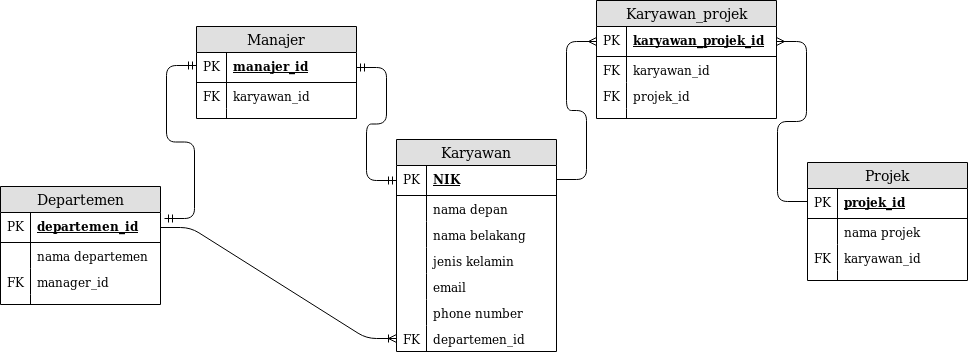
Above: karyawan_schema.png in infinite-fox-2019/all-relations-case-study (draw.io), before the change. Source tidied: cells renumbered, new cells last; positions are measured from the earlier drawing's top-left corner, leaving out a move shared by most shapes.
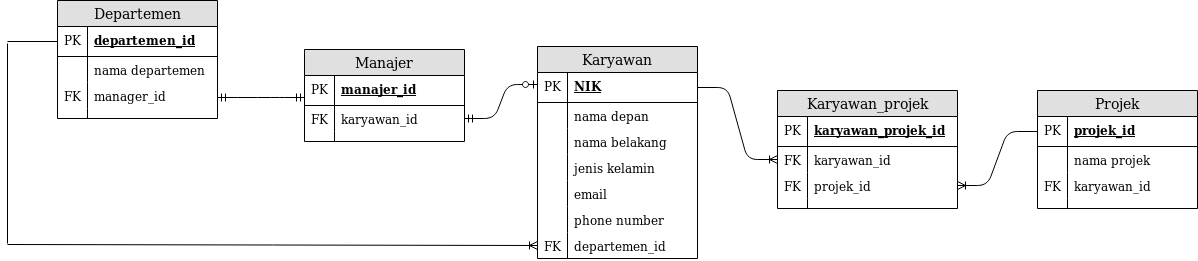
The same file after the commit.

The edit, as a diff of the source:
```diff
@@ -3,7 +3,7 @@
     <mxCell id="0" />
     <mxCell id="1" parent="0" />
     <mxCell id="2" value="Karyawan" style="swimlane;fontStyle=0;horizontal=1;startSize=26;fillColor=#e0e0e0;swimlaneFillColor=#ffffff;align=center;fontSize=14;" parent="1" vertex="1">
-      <mxGeometry x="396" y="139" width="160" height="212" as="geometry" />
+      <mxGeometry x="276" y="75" width="160" height="212" as="geometry" />
     </mxCell>
     <mxCell id="3" value="NIK" style="shape=partialRectangle;top=0;left=0;right=0;bottom=1;align=left;verticalAlign=middle;fillColor=none;spacingLeft=34;spacingRight=4;overflow=hidden;points=[[0,0.5],[1,0.5]];portConstraint=eastwest;fontStyle=5;fontSize=12;" parent="2" vertex="1">
       <mxGeometry y="26" width="160" height="30" as="geometry" />
@@ -48,7 +48,7 @@
       <mxGeometry width="30" height="26" as="geometry" />
     </mxCell>
     <mxCell id="17" value="Departemen" style="swimlane;fontStyle=0;horizontal=1;startSize=26;fillColor=#e0e0e0;swimlaneFillColor=#ffffff;align=center;fontSize=14;" parent="1" vertex="1">
-      <mxGeometry y="186" width="160" height="118" as="geometry" />
+      <mxGeometry x="-204" y="29" width="160" height="118" as="geometry" />
     </mxCell>
     <mxCell id="18" value="departemen_id" style="shape=partialRectangle;top=0;left=0;right=0;bottom=1;align=left;verticalAlign=middle;fillColor=none;spacingLeft=34;spacingRight=4;overflow=hidden;points=[[0,0.5],[1,0.5]];portConstraint=eastwest;fontStyle=5;fontSize=12;" parent="17" vertex="1">
       <mxGeometry y="26" width="160" height="30" as="geometry" />
@@ -75,7 +75,7 @@
       <mxGeometry width="30" height="10" as="geometry" />
     </mxCell>
     <mxCell id="26" value="Projek" style="swimlane;fontStyle=0;horizontal=1;startSize=26;fillColor=#e0e0e0;swimlaneFillColor=#ffffff;align=center;fontSize=14;" parent="1" vertex="1">
-      <mxGeometry x="807" y="162" width="160" height="118" as="geometry" />
+      <mxGeometry x="776" y="119" width="160" height="118" as="geometry" />
     </mxCell>
     <mxCell id="27" value="projek_id" style="shape=partialRectangle;top=0;left=0;right=0;bottom=1;align=left;verticalAlign=middle;fillColor=none;spacingLeft=34;spacingRight=4;overflow=hidden;points=[[0,0.5],[1,0.5]];portConstraint=eastwest;fontStyle=5;fontSize=12;" parent="26" vertex="1">
       <mxGeometry y="26" width="160" height="30" as="geometry" />
@@ -101,11 +101,8 @@
     <mxCell id="34" style="shape=partialRectangle;top=0;left=0;bottom=0;fillColor=none;align=left;verticalAlign=top;spacingLeft=4;spacingRight=4;overflow=hidden;fontSize=12;" parent="33" vertex="1">
       <mxGeometry width="30" height="10" as="geometry" />
     </mxCell>
-    <mxCell id="35" style="edgeStyle=entityRelationEdgeStyle;fontSize=12;html=1;endArrow=ERoneToMany;exitX=1;exitY=0.5;exitDx=0;exitDy=0;entryX=0;entryY=0.5;entryDx=0;entryDy=0;" parent="1" edge="1" source="18" target="15">
-      <mxGeometry relative="1" as="geometry" />
-    </mxCell>
     <mxCell id="36" value="Karyawan_projek" style="swimlane;fontStyle=0;horizontal=1;startSize=26;fillColor=#e0e0e0;swimlaneFillColor=#ffffff;align=center;fontSize=14;" parent="1" vertex="1">
-      <mxGeometry x="596" width="180" height="118" as="geometry" />
+      <mxGeometry x="516" y="119" width="180" height="118" as="geometry" />
     </mxCell>
     <mxCell id="37" value="karyawan_projek_id" style="shape=partialRectangle;top=0;left=0;right=0;bottom=1;align=left;verticalAlign=middle;fillColor=none;spacingLeft=34;spacingRight=4;overflow=hidden;points=[[0,0.5],[1,0.5]];portConstraint=eastwest;fontStyle=5;fontSize=12;" parent="36" vertex="1">
       <mxGeometry y="26" width="180" height="30" as="geometry" />
@@ -131,18 +128,8 @@
     <mxCell id="44" style="shape=partialRectangle;top=0;left=0;bottom=0;fillColor=none;align=left;verticalAlign=top;spacingLeft=4;spacingRight=4;overflow=hidden;fontSize=12;" parent="43" vertex="1">
       <mxGeometry width="30" height="10" as="geometry" />
     </mxCell>
-    <mxCell id="45" style="edgeStyle=entityRelationEdgeStyle;fontSize=12;html=1;endArrow=ERmany;entryX=0;entryY=0.5;entryDx=0;entryDy=0;" parent="1" edge="1" target="37">
-      <mxGeometry relative="1" as="geometry">
-        <mxPoint x="556" y="179" as="sourcePoint" />
-      </mxGeometry>
-    </mxCell>
-    <mxCell id="46" style="edgeStyle=entityRelationEdgeStyle;fontSize=12;html=1;endArrow=none;exitX=1;exitY=0.5;exitDx=0;exitDy=0;startArrow=ERmany;startFill=0;endFill=0;" parent="1" edge="1" source="37">
-      <mxGeometry relative="1" as="geometry">
-        <mxPoint x="807" y="201" as="targetPoint" />
-      </mxGeometry>
-    </mxCell>
     <mxCell id="47" value="Manajer" style="swimlane;fontStyle=0;horizontal=1;startSize=26;fillColor=#e0e0e0;swimlaneFillColor=#ffffff;align=center;fontSize=14;" parent="1" vertex="1">
-      <mxGeometry x="196" y="26" width="160" height="92" as="geometry" />
+      <mxGeometry x="43" y="78" width="160" height="92" as="geometry" />
     </mxCell>
     <mxCell id="48" value="manajer_id" style="shape=partialRectangle;top=0;left=0;right=0;bottom=1;align=left;verticalAlign=middle;fillColor=none;spacingLeft=34;spacingRight=4;overflow=hidden;points=[[0,0.5],[1,0.5]];portConstraint=eastwest;fontStyle=5;fontSize=12;" parent="47" vertex="1">
       <mxGeometry y="26" width="160" height="30" as="geometry" />
@@ -162,13 +149,37 @@
     <mxCell id="53" style="shape=partialRectangle;top=0;left=0;bottom=0;fillColor=none;align=left;verticalAlign=top;spacingLeft=4;spacingRight=4;overflow=hidden;fontSize=12;" parent="52" vertex="1">
       <mxGeometry width="30" height="10" as="geometry" />
     </mxCell>
-    <mxCell id="54" style="edgeStyle=entityRelationEdgeStyle;fontSize=12;html=1;endArrow=ERmandOne;startArrow=ERmandOne;exitX=1;exitY=0.5;exitDx=0;exitDy=0;entryX=0;entryY=0.5;entryDx=0;entryDy=0;" parent="1" edge="1" source="48" target="3">
-      <mxGeometry relative="1" as="geometry" />
-    </mxCell>
-    <mxCell id="55" style="edgeStyle=entityRelationEdgeStyle;fontSize=12;html=1;endArrow=ERmandOne;startArrow=ERmandOne;exitX=1.025;exitY=0.2;exitDx=0;exitDy=0;exitPerimeter=0;" parent="1" edge="1" source="18">
-      <mxGeometry relative="1" as="geometry">
-        <mxPoint x="196" y="65" as="targetPoint" />
-      </mxGeometry>
-    </mxCell>
+    <mxCell id="56" style="edgeStyle=entityRelationEdgeStyle;fontSize=12;html=1;endArrow=ERoneToMany;exitX=1;exitY=0.5;exitDx=0;exitDy=0;entryX=0;entryY=0.5;entryDx=0;entryDy=0;" parent="1" edge="1" source="3" target="39">
+      <mxGeometry relative="1" as="geometry" />
+    </mxCell>
+    <mxCell id="57" style="edgeStyle=entityRelationEdgeStyle;fontSize=12;html=1;endArrow=none;exitX=1;exitY=0.5;exitDx=0;exitDy=0;entryX=0;entryY=0.5;entryDx=0;entryDy=0;endFill=0;startArrow=ERoneToMany;startFill=0;" parent="1" edge="1" source="41" target="27">
+      <mxGeometry relative="1" as="geometry" />
+    </mxCell>
+    <mxCell id="58" style="edgeStyle=entityRelationEdgeStyle;fontSize=12;html=1;endArrow=ERmandOne;startArrow=ERmandOne;entryX=0;entryY=0.733;entryDx=0;entryDy=0;entryPerimeter=0;" parent="1" edge="1" target="48">
+      <mxGeometry relative="1" as="geometry">
+        <mxPoint x="-44" y="126" as="sourcePoint" />
+      </mxGeometry>
+    </mxCell>
+    <mxCell id="59" style="endArrow=ERoneToMany;html=1;entryX=0;entryY=0.5;entryDx=0;entryDy=0;endFill=0;" parent="1" edge="1" target="15">
+      <mxGeometry relative="1" as="geometry">
+        <mxPoint x="-254" y="273" as="sourcePoint" />
+      </mxGeometry>
+    </mxCell>
+    <mxCell id="60" style="endArrow=none;html=1;" parent="1" edge="1">
+      <mxGeometry relative="1" as="geometry">
+        <mxPoint x="-254" y="272" as="sourcePoint" />
+        <mxPoint x="-254" y="72" as="targetPoint" />
+      </mxGeometry>
+    </mxCell>
+    <mxCell id="61" style="endArrow=none;html=1;entryX=0;entryY=0.5;entryDx=0;entryDy=0;" parent="1" edge="1" target="18">
+      <mxGeometry relative="1" as="geometry">
+        <mxPoint x="-254" y="70" as="sourcePoint" />
+      </mxGeometry>
+    </mxCell>
+    <mxCell id="62" style="edgeStyle=entityRelationEdgeStyle;fontSize=12;html=1;endArrow=ERzeroToOne;startArrow=ERmandOne;exitX=1;exitY=0.5;exitDx=0;exitDy=0;" parent="1" edge="1" source="50">
+      <mxGeometry relative="1" as="geometry">
+        <mxPoint x="276" y="113" as="targetPoint" />
+      </mxGeometry>
+    </mxCell>
   </root>
 </mxGraphModel>
```
